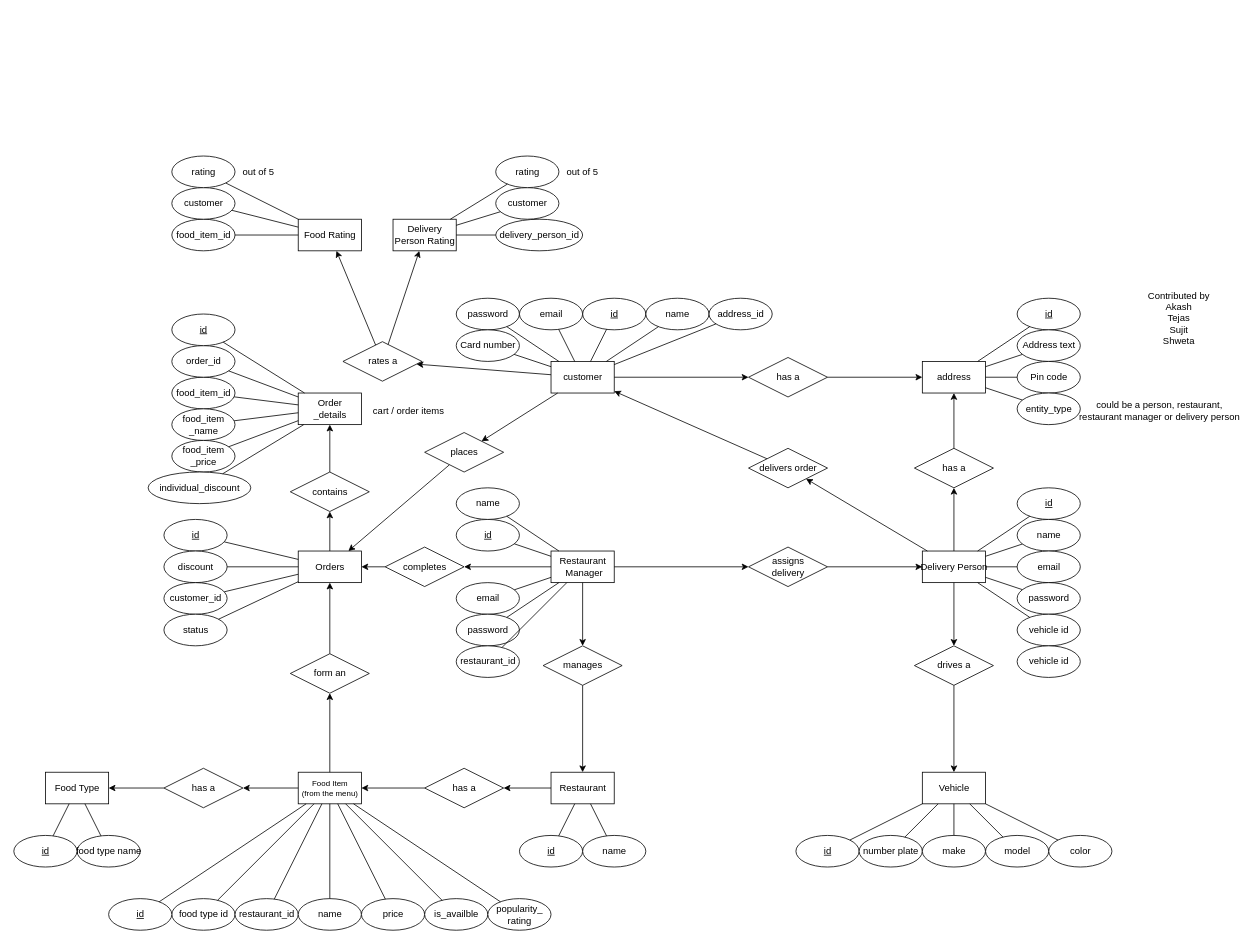
The draw.io diagram diagrams/ER/ER diagram.drawio in callofthewild/hunger-buzz, before the edit. Source tidied: cells renumbered, new cells numbered last; positions are measured from the earlier drawing's top-left corner, leaving out a move shared by most shapes. Both pictures are drawn from the tidied source at 79%, with x=0, y=0 at pixel (13, 156).
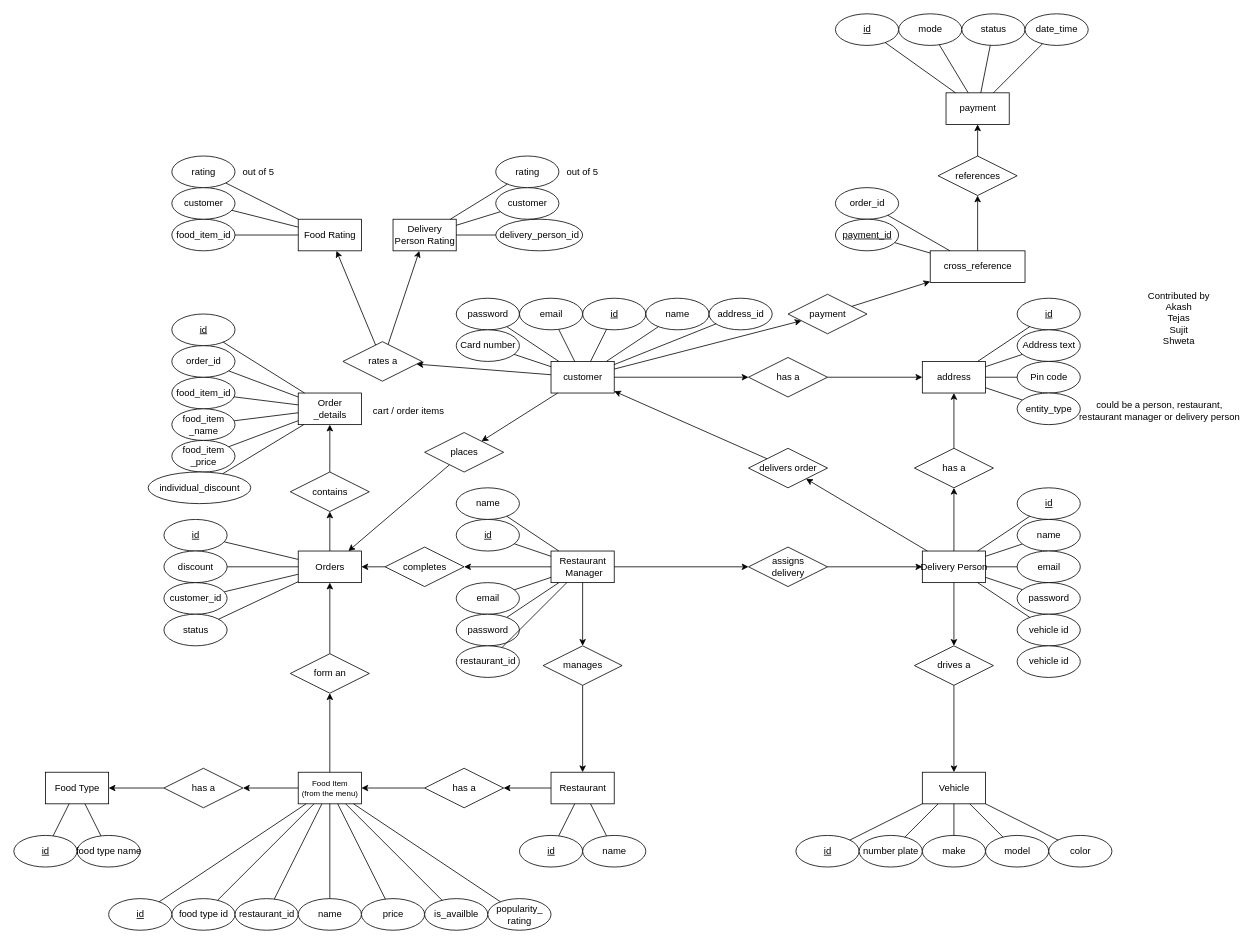
The same page after the edit.

The change refers to these unchanged cells:
```xml
<mxCell id="2" value="customer" style="rounded=0;html=1;" parent="1" vertex="1">
  <mxGeometry x="680" y="260" width="80" height="40" as="geometry" />
</mxCell>
```

The edit, as a diff of the source:
```diff
@@
+    <mxCell id="164" style="endArrow=classic;html=1;rounded=0;endFill=1;" parent="1" edge="1" source="2" target="165">
+      <mxGeometry relative="1" as="geometry" />
+    </mxCell>
+    <mxCell id="165" value="payment" style="shape=rhombus;perimeter=rhombusPerimeter;html=1;align=center;" parent="1" vertex="1">
+      <mxGeometry x="980" y="175" width="100" height="50" as="geometry" />
+    </mxCell>
+    <mxCell id="166" style="endArrow=classic;html=1;rounded=0;endFill=1;" parent="1" edge="1" source="165" target="167">
+      <mxGeometry relative="1" as="geometry" />
+    </mxCell>
+    <mxCell id="167" value="cross_reference" style="rounded=0;html=1;" parent="1" vertex="1">
+      <mxGeometry x="1160" y="120" width="120" height="40" as="geometry" />
+    </mxCell>
+    <mxCell id="168" value="order_id" style="ellipse;html=1;align=center;" parent="1" vertex="1">
+      <mxGeometry x="1040" y="40" width="80" height="40" as="geometry" />
+    </mxCell>
+    <mxCell id="169" value="payment_id" style="ellipse;html=1;align=center;fontStyle=4;" parent="1" vertex="1">
+      <mxGeometry x="1040" y="80" width="80" height="40" as="geometry" />
+    </mxCell>
+    <mxCell id="170" style="endArrow=none;html=1;rounded=0;" parent="1" edge="1" source="169" target="167">
+      <mxGeometry relative="1" as="geometry" />
+    </mxCell>
+    <mxCell id="171" style="endArrow=none;html=1;rounded=0;" parent="1" edge="1" source="167" target="168">
+      <mxGeometry relative="1" as="geometry" />
+    </mxCell>
+    <mxCell id="172" value="payment" style="rounded=0;html=1;" parent="1" vertex="1">
+      <mxGeometry x="1180" y="-80" width="80" height="40" as="geometry" />
+    </mxCell>
+    <mxCell id="173" value="mode" style="ellipse;html=1;align=center;" parent="1" vertex="1">
+      <mxGeometry x="1120" y="-180" width="80" height="40" as="geometry" />
+    </mxCell>
+    <mxCell id="174" value="id" style="ellipse;html=1;align=center;fontStyle=4;" parent="1" vertex="1">
+      <mxGeometry x="1040" y="-180" width="80" height="40" as="geometry" />
+    </mxCell>
+    <mxCell id="175" value="status" style="ellipse;html=1;align=center;" parent="1" vertex="1">
+      <mxGeometry x="1200" y="-180" width="80" height="40" as="geometry" />
+    </mxCell>
+    <mxCell id="176" value="date_time" style="ellipse;html=1;align=center;" parent="1" vertex="1">
+      <mxGeometry x="1280" y="-180" width="80" height="40" as="geometry" />
+    </mxCell>
+    <mxCell id="177" style="endArrow=none;html=1;rounded=0;" parent="1" edge="1" source="172" target="174">
+      <mxGeometry relative="1" as="geometry" />
+    </mxCell>
+    <mxCell id="178" style="endArrow=none;html=1;rounded=0;" parent="1" edge="1" source="172" target="173">
+      <mxGeometry relative="1" as="geometry" />
+    </mxCell>
+    <mxCell id="179" style="endArrow=none;html=1;rounded=0;" parent="1" edge="1" source="172" target="175">
+      <mxGeometry relative="1" as="geometry" />
+    </mxCell>
+    <mxCell id="180" style="endArrow=none;html=1;rounded=0;" parent="1" edge="1" source="172" target="176">
+      <mxGeometry relative="1" as="geometry" />
+    </mxCell>
+    <mxCell id="181" style="endArrow=classic;html=1;rounded=0;endFill=1;" parent="1" edge="1" source="167" target="182">
+      <mxGeometry relative="1" as="geometry" />
+    </mxCell>
+    <mxCell id="182" value="references" style="shape=rhombus;perimeter=rhombusPerimeter;html=1;align=center;" parent="1" vertex="1">
+      <mxGeometry x="1170" width="100" height="50" as="geometry" />
+    </mxCell>
+    <mxCell id="183" style="endArrow=classic;html=1;rounded=0;endFill=1;" parent="1" edge="1" source="182" target="172">
+      <mxGeometry relative="1" as="geometry" />
+    </mxCell>
```
